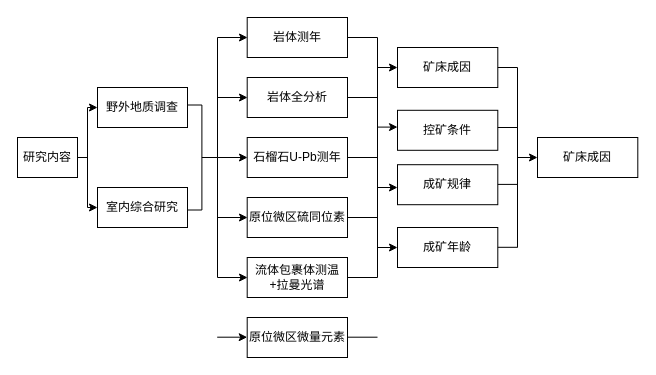
Before: 未命名绘图.drawio in dp0qb/document_img, a draw.io diagram. Source tidied: cells renumbered, new cells numbered last; positions are measured from the earlier drawing's top-left corner, leaving out a move shared by most shapes. Both pictures are drawn from the tidied source at 100%, with x=0, y=0 at pixel (17, 17).
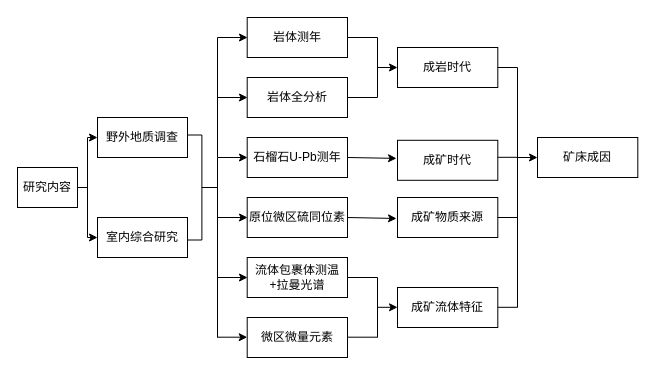
The same diagram, later.

The change refers to these unchanged cells:
```xml
<mxCell id="18" value="石榴石U-Pb测年" style="rounded=0;whiteSpace=wrap;html=1;" parent="1" vertex="1">
  <mxGeometry x="229.7" y="120" width="100.3" height="40" as="geometry" />
</mxCell>
<mxCell id="20" value="原位微区硫同位素" style="rounded=0;whiteSpace=wrap;html=1;" parent="1" vertex="1">
  <mxGeometry x="229.7" y="180" width="100.3" height="40" as="geometry" />
</mxCell>
```

Diff of the diagram source:
```diff
@@
     <mxCell id="2" value="野外地质调查" style="rounded=0;whiteSpace=wrap;html=1;" parent="1" vertex="1">
-      <mxGeometry x="80" y="70" width="90" height="40" as="geometry" />
+      <mxGeometry x="80" y="100" width="90" height="40" as="geometry" />
     </mxCell>
     <mxCell id="3" value="室内综合研究" style="rounded=0;whiteSpace=wrap;html=1;" parent="1" vertex="1">
-      <mxGeometry x="80" y="170" width="90" height="40" as="geometry" />
+      <mxGeometry x="80" y="200" width="90" height="40" as="geometry" />
     </mxCell>
     <mxCell id="4" style="shape=partialRectangle;whiteSpace=wrap;html=1;bottom=1;right=1;left=1;top=0;fillColor=none;routingCenterX=-0.5;rotation=-90;" parent="1" vertex="1">
-      <mxGeometry x="124.7" y="132.8" width="105" height="14.4" as="geometry" />
+      <mxGeometry x="124.7" y="162.8" width="105" height="14.4" as="geometry" />
     </mxCell>
     <mxCell id="5" style="endArrow=none;html=1;rounded=0;" parent="1" edge="1">
       <mxGeometry relative="1" as="geometry">
-        <mxPoint x="200" y="260" as="sourcePoint" />
+        <mxPoint x="200" y="320" as="sourcePoint" />
         <mxPoint x="200" y="20" as="targetPoint" />
         <Array as="points">
           <mxPoint x="200" y="140" />
         </Array>
       </mxGeometry>
     </mxCell>
@@
     <mxCell id="11" style="endArrow=none;html=1;rounded=0;exitX=0.5;exitY=1;exitDx=0;exitDy=0;" parent="1" edge="1" source="4">
       <mxGeometry relative="1" as="geometry">
-        <mxPoint x="200" y="140" as="targetPoint" />
+        <mxPoint x="200" y="170" as="targetPoint" />
       </mxGeometry>
     </mxCell>
     <mxCell id="12" value="研究内容" style="rounded=0;whiteSpace=wrap;html=1;" parent="1" vertex="1">
-      <mxGeometry y="120" width="60" height="40" as="geometry" />
+      <mxGeometry y="150" width="60" height="40" as="geometry" />
     </mxCell>
     <mxCell id="13" style="endArrow=none;html=1;rounded=0;exitX=1;exitY=0.5;exitDx=0;exitDy=0;" parent="1" edge="1" source="12">
       <mxGeometry relative="1" as="geometry">
-        <mxPoint x="70" y="140" as="targetPoint" />
+        <mxPoint x="70" y="170" as="targetPoint" />
       </mxGeometry>
     </mxCell>
     <mxCell id="14" style="endArrow=none;html=1;rounded=0;" parent="1" edge="1">
       <mxGeometry relative="1" as="geometry">
-        <mxPoint x="70" y="190" as="sourcePoint" />
-        <mxPoint x="70" y="90" as="targetPoint" />
+        <mxPoint x="70" y="220" as="sourcePoint" />
+        <mxPoint x="70" y="120" as="targetPoint" />
       </mxGeometry>
     </mxCell>
     <mxCell id="15" style="endArrow=classic;html=1;rounded=0;entryX=0;entryY=0.5;entryDx=0;entryDy=0;" parent="1" edge="1" target="2">
       <mxGeometry relative="1" as="geometry">
-        <mxPoint x="70" y="90" as="sourcePoint" />
+        <mxPoint x="70" y="120" as="sourcePoint" />
       </mxGeometry>
     </mxCell>
     <mxCell id="16" style="endArrow=classic;html=1;rounded=0;entryX=0;entryY=0.5;entryDx=0;entryDy=0;" parent="1" edge="1" target="3">
       <mxGeometry relative="1" as="geometry">
-        <mxPoint x="70" y="190" as="sourcePoint" />
+        <mxPoint x="70" y="220" as="sourcePoint" />
       </mxGeometry>
     </mxCell>
@@
     <mxCell id="22" style="endArrow=none;html=1;rounded=0;" parent="1" edge="1">
       <mxGeometry relative="1" as="geometry">
-        <mxPoint x="360" y="260" as="sourcePoint" />
+        <mxPoint x="360" y="80" as="sourcePoint" />
         <mxPoint x="360" y="20" as="targetPoint" />
       </mxGeometry>
     </mxCell>
@@
-    <mxCell id="25" style="endArrow=none;html=1;rounded=0;exitX=1;exitY=0.5;exitDx=0;exitDy=0;" parent="1" edge="1" source="18">
-      <mxGeometry relative="1" as="geometry">
-        <mxPoint x="360" y="140" as="targetPoint" />
-      </mxGeometry>
-    </mxCell>
-    <mxCell id="26" style="endArrow=none;html=1;rounded=0;exitX=1;exitY=0.5;exitDx=0;exitDy=0;" parent="1" edge="1" source="20">
-      <mxGeometry relative="1" as="geometry">
-        <mxPoint x="360" y="200" as="targetPoint" />
-      </mxGeometry>
-    </mxCell>
@@
-    <mxCell id="29" style="endArrow=classic;html=1;rounded=0;" parent="1" edge="1">
-      <mxGeometry relative="1" as="geometry">
-        <mxPoint x="360" y="109.6" as="sourcePoint" />
-        <mxPoint x="380" y="109.6" as="targetPoint" />
-      </mxGeometry>
-    </mxCell>
-    <mxCell id="30" style="endArrow=classic;html=1;rounded=0;" parent="1" edge="1">
-      <mxGeometry relative="1" as="geometry">
-        <mxPoint x="360" y="170" as="sourcePoint" />
-        <mxPoint x="380" y="170" as="targetPoint" />
-      </mxGeometry>
-    </mxCell>
     <mxCell id="31" style="endArrow=classic;html=1;rounded=0;" parent="1" edge="1">
       <mxGeometry relative="1" as="geometry">
-        <mxPoint x="360" y="230" as="sourcePoint" />
-        <mxPoint x="380" y="230" as="targetPoint" />
+        <mxPoint x="360" y="289.8" as="sourcePoint" />
+        <mxPoint x="380" y="289.8" as="targetPoint" />
       </mxGeometry>
     </mxCell>
-    <mxCell id="32" value="成矿年龄" style="rounded=0;whiteSpace=wrap;html=1;" parent="1" vertex="1">
-      <mxGeometry x="380" y="210" width="100.3" height="40" as="geometry" />
+    <mxCell id="32" value="成矿流体特征" style="rounded=0;whiteSpace=wrap;html=1;" parent="1" vertex="1">
+      <mxGeometry x="380" y="270" width="100.3" height="40" as="geometry" />
     </mxCell>
-    <mxCell id="33" value="成矿规律" style="rounded=0;whiteSpace=wrap;html=1;" parent="1" vertex="1">
-      <mxGeometry x="380" y="147.2" width="100.3" height="40" as="geometry" />
+    <mxCell id="33" value="成矿物质来源" style="rounded=0;whiteSpace=wrap;html=1;" parent="1" vertex="1">
+      <mxGeometry x="380" y="180" width="100.3" height="40" as="geometry" />
     </mxCell>
-    <mxCell id="34" value="控矿条件" style="rounded=0;whiteSpace=wrap;html=1;" parent="1" vertex="1">
-      <mxGeometry x="380" y="92.8" width="100.3" height="40" as="geometry" />
+    <mxCell id="34" value="成矿时代" style="rounded=0;whiteSpace=wrap;html=1;" parent="1" vertex="1">
+      <mxGeometry x="380" y="122.8" width="100.3" height="40" as="geometry" />
     </mxCell>
-    <mxCell id="35" value="矿床成因" style="rounded=0;whiteSpace=wrap;html=1;" parent="1" vertex="1">
+    <mxCell id="35" value="成岩时代" style="rounded=0;whiteSpace=wrap;html=1;" parent="1" vertex="1">
       <mxGeometry x="380" y="30" width="100.3" height="40" as="geometry" />
     </mxCell>
     <mxCell id="36" style="endArrow=none;html=1;rounded=0;" parent="1" edge="1">
       <mxGeometry relative="1" as="geometry">
-        <mxPoint x="500" y="230" as="sourcePoint" />
+        <mxPoint x="500" y="290" as="sourcePoint" />
         <mxPoint x="500" y="50" as="targetPoint" />
       </mxGeometry>
     </mxCell>
@@
     <mxCell id="38" style="endArrow=none;html=1;rounded=0;" parent="1" edge="1">
       <mxGeometry relative="1" as="geometry">
-        <mxPoint x="480.3" y="110" as="sourcePoint" />
-        <mxPoint x="500" y="110" as="targetPoint" />
+        <mxPoint x="480.3" y="139.8" as="sourcePoint" />
+        <mxPoint x="500" y="139.8" as="targetPoint" />
       </mxGeometry>
     </mxCell>
     <mxCell id="39" style="endArrow=none;html=1;rounded=0;" parent="1" edge="1">
       <mxGeometry relative="1" as="geometry">
-        <mxPoint x="480.3" y="166.9" as="sourcePoint" />
-        <mxPoint x="500" y="166.9" as="targetPoint" />
+        <mxPoint x="480.3" y="200" as="sourcePoint" />
+        <mxPoint x="500" y="200" as="targetPoint" />
       </mxGeometry>
     </mxCell>
     <mxCell id="40" style="endArrow=none;html=1;rounded=0;" parent="1" edge="1">
       <mxGeometry relative="1" as="geometry">
-        <mxPoint x="480.3" y="229.8" as="sourcePoint" />
-        <mxPoint x="500" y="229.8" as="targetPoint" />
+        <mxPoint x="480.3" y="289.8" as="sourcePoint" />
+        <mxPoint x="500" y="289.8" as="targetPoint" />
       </mxGeometry>
     </mxCell>
@@
-    <mxCell id="43" value="原位微区微量元素" style="rounded=0;whiteSpace=wrap;html=1;" parent="1" vertex="1">
+    <mxCell id="43" value="微区微量元素" style="rounded=0;whiteSpace=wrap;html=1;" parent="1" vertex="1">
       <mxGeometry x="229.7" y="300" width="100.3" height="40" as="geometry" />
     </mxCell>
@@
+    <mxCell id="46" style="endArrow=none;html=1;rounded=0;" parent="1" edge="1">
+      <mxGeometry relative="1" as="geometry">
+        <mxPoint x="360" y="320" as="sourcePoint" />
+        <mxPoint x="360" y="260" as="targetPoint" />
+      </mxGeometry>
+    </mxCell>
+    <mxCell id="47" style="endArrow=classic;html=1;rounded=0;exitX=1;exitY=0.5;exitDx=0;exitDy=0;entryX=-0.01;entryY=0.452;entryDx=0;entryDy=0;entryPerimeter=0;" parent="1" edge="1" source="18" target="34">
+      <mxGeometry relative="1" as="geometry" />
+    </mxCell>
+    <mxCell id="48" style="endArrow=classic;html=1;rounded=0;exitX=1;exitY=0.5;exitDx=0;exitDy=0;entryX=-0.01;entryY=0.452;entryDx=0;entryDy=0;entryPerimeter=0;" parent="1" edge="1">
+      <mxGeometry relative="1" as="geometry">
+        <mxPoint x="330" y="200" as="sourcePoint" />
+        <mxPoint x="379" y="201" as="targetPoint" />
+      </mxGeometry>
+    </mxCell>
```
